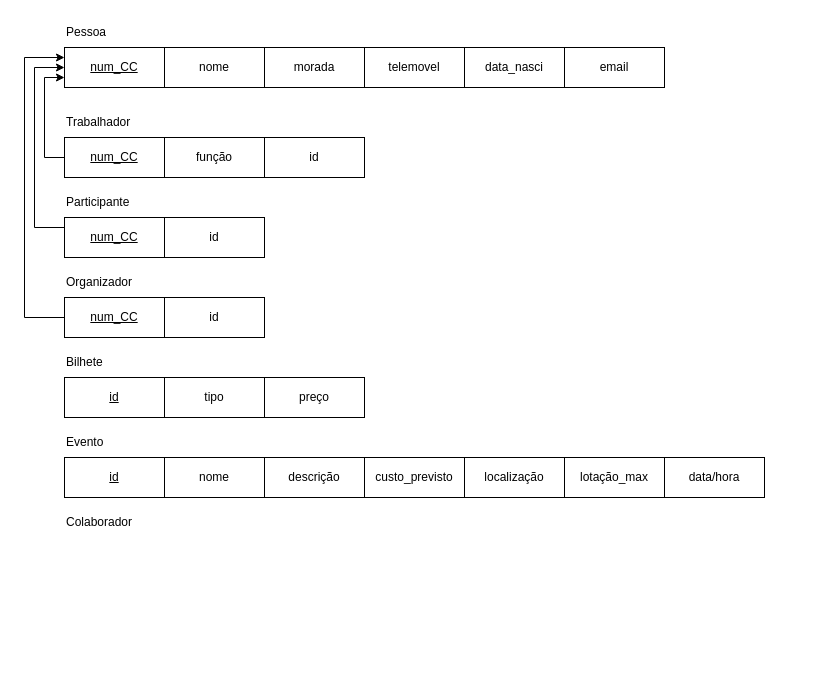
rtavares018/BD keeps this draw.io diagram as ER_projeto.drawio. Above is the earlier version. Source tidied: cells renumbered, new cells numbered last; positions are measured from the earlier drawing's top-left corner, leaving out a move shared by most shapes. Both pictures are drawn from the tidied source at 100%, with x=0, y=0 at pixel (24, 17).
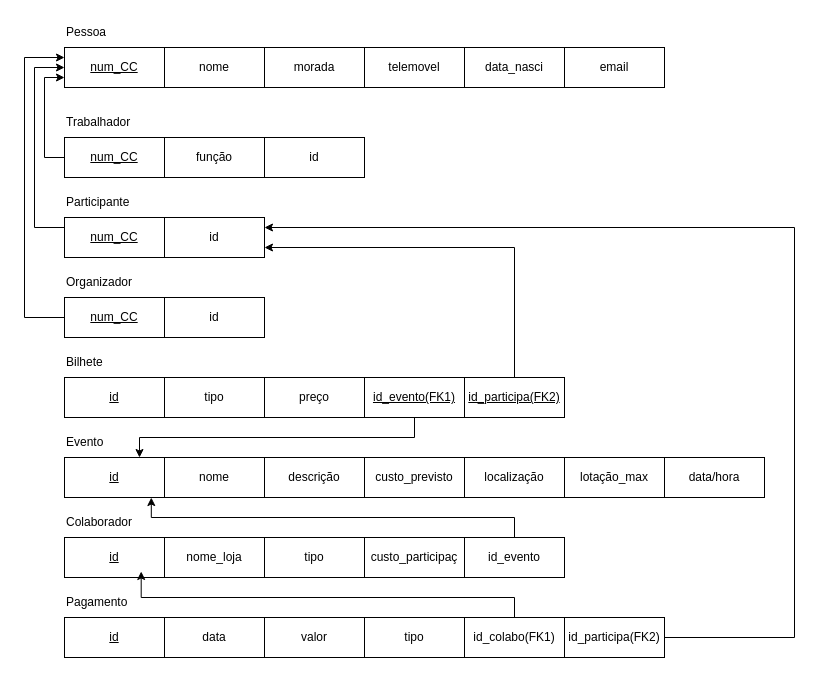
The same diagram, later.

Unchanged cells that the change refers to:
```xml
<mxCell id="21" value="id" style="rounded=0;whiteSpace=wrap;html=1;" parent="1" vertex="1">
  <mxGeometry x="140" y="200" width="100" height="40" as="geometry" />
</mxCell>
<mxCell id="27" value="id" style="rounded=0;whiteSpace=wrap;html=1;fontStyle=4;" parent="1" vertex="1">
  <mxGeometry x="40" y="440" width="100" height="40" as="geometry" />
</mxCell>
```

What changed in the source:
```diff
@@
+    <mxCell id="35" value="id" style="rounded=0;whiteSpace=wrap;html=1;fontStyle=4;" parent="1" vertex="1">
+      <mxGeometry x="40" y="520" width="100" height="40" as="geometry" />
+    </mxCell>
+    <mxCell id="36" value="nome_loja" style="rounded=0;whiteSpace=wrap;html=1;" parent="1" vertex="1">
+      <mxGeometry x="140" y="520" width="100" height="40" as="geometry" />
+    </mxCell>
+    <mxCell id="37" value="tipo" style="rounded=0;whiteSpace=wrap;html=1;" parent="1" vertex="1">
+      <mxGeometry x="240" y="520" width="100" height="40" as="geometry" />
+    </mxCell>
+    <mxCell id="38" value="custo_participaç" style="rounded=0;whiteSpace=wrap;html=1;" parent="1" vertex="1">
+      <mxGeometry x="340" y="520" width="100" height="40" as="geometry" />
+    </mxCell>
+    <mxCell id="39" value="Pagamento" style="text;html=1;align=left;verticalAlign=middle;whiteSpace=wrap;rounded=0;" parent="1" vertex="1">
+      <mxGeometry x="40" y="570" width="60" height="30" as="geometry" />
+    </mxCell>
+    <mxCell id="40" value="id" style="rounded=0;whiteSpace=wrap;html=1;fontStyle=4;" parent="1" vertex="1">
+      <mxGeometry x="40" y="600" width="100" height="40" as="geometry" />
+    </mxCell>
+    <mxCell id="41" value="data" style="rounded=0;whiteSpace=wrap;html=1;" parent="1" vertex="1">
+      <mxGeometry x="140" y="600" width="100" height="40" as="geometry" />
+    </mxCell>
+    <mxCell id="42" value="valor" style="rounded=0;whiteSpace=wrap;html=1;" parent="1" vertex="1">
+      <mxGeometry x="240" y="600" width="100" height="40" as="geometry" />
+    </mxCell>
+    <mxCell id="43" value="tipo" style="rounded=0;whiteSpace=wrap;html=1;" parent="1" vertex="1">
+      <mxGeometry x="340" y="600" width="100" height="40" as="geometry" />
+    </mxCell>
+    <mxCell id="44" style="edgeStyle=orthogonalEdgeStyle;rounded=0;jettySize=auto;html=1;entryX=0.75;entryY=0;entryDx=0;entryDy=0;" parent="1" edge="1" source="45" target="27">
+      <mxGeometry relative="1" as="geometry">
+        <Array as="points">
+          <mxPoint x="390" y="420" />
+          <mxPoint x="115" y="420" />
+        </Array>
+      </mxGeometry>
+    </mxCell>
+    <mxCell id="45" value="id_evento(FK1)" style="rounded=0;whiteSpace=wrap;html=1;fontStyle=4;" parent="1" vertex="1">
+      <mxGeometry x="340" y="360" width="100" height="40" as="geometry" />
+    </mxCell>
+    <mxCell id="46" style="edgeStyle=orthogonalEdgeStyle;rounded=0;jettySize=auto;html=1;entryX=1;entryY=0.75;entryDx=0;entryDy=0;" parent="1" edge="1" source="47" target="21">
+      <mxGeometry relative="1" as="geometry">
+        <Array as="points">
+          <mxPoint x="490" y="230" />
+        </Array>
+      </mxGeometry>
+    </mxCell>
+    <mxCell id="47" value="id_participa(FK2)" style="rounded=0;whiteSpace=wrap;html=1;fontStyle=4;" parent="1" vertex="1">
+      <mxGeometry x="440" y="360" width="100" height="40" as="geometry" />
+    </mxCell>
+    <mxCell id="48" value="id_evento" style="rounded=0;whiteSpace=wrap;html=1;fontStyle=0;" parent="1" vertex="1">
+      <mxGeometry x="440" y="520" width="100" height="40" as="geometry" />
+    </mxCell>
+    <mxCell id="49" style="edgeStyle=orthogonalEdgeStyle;rounded=0;jettySize=auto;html=1;entryX=0.868;entryY=1.001;entryDx=0;entryDy=0;entryPerimeter=0;" parent="1" edge="1" source="48" target="27">
+      <mxGeometry relative="1" as="geometry">
+        <Array as="points">
+          <mxPoint x="490" y="500" />
+          <mxPoint x="127" y="500" />
+        </Array>
+      </mxGeometry>
+    </mxCell>
+    <mxCell id="50" value="id_colabo(FK1)" style="rounded=0;whiteSpace=wrap;html=1;fontStyle=0;" parent="1" vertex="1">
+      <mxGeometry x="440" y="600" width="100" height="40" as="geometry" />
+    </mxCell>
+    <mxCell id="51" style="edgeStyle=orthogonalEdgeStyle;rounded=0;jettySize=auto;html=1;entryX=1;entryY=0.25;entryDx=0;entryDy=0;" parent="1" edge="1" source="52" target="21">
+      <mxGeometry relative="1" as="geometry">
+        <Array as="points">
+          <mxPoint x="770" y="620" />
+          <mxPoint x="770" y="210" />
+        </Array>
+      </mxGeometry>
+    </mxCell>
+    <mxCell id="52" value="id_participa(FK2)" style="rounded=0;whiteSpace=wrap;html=1;fontStyle=0;" parent="1" vertex="1">
+      <mxGeometry x="540" y="600" width="100" height="40" as="geometry" />
+    </mxCell>
+    <mxCell id="53" style="edgeStyle=orthogonalEdgeStyle;rounded=0;jettySize=auto;html=1;entryX=0.767;entryY=0.85;entryDx=0;entryDy=0;entryPerimeter=0;" parent="1" edge="1" source="50" target="35">
+      <mxGeometry relative="1" as="geometry">
+        <Array as="points">
+          <mxPoint x="490" y="580" />
+          <mxPoint x="117" y="580" />
+        </Array>
+      </mxGeometry>
+    </mxCell>
```
